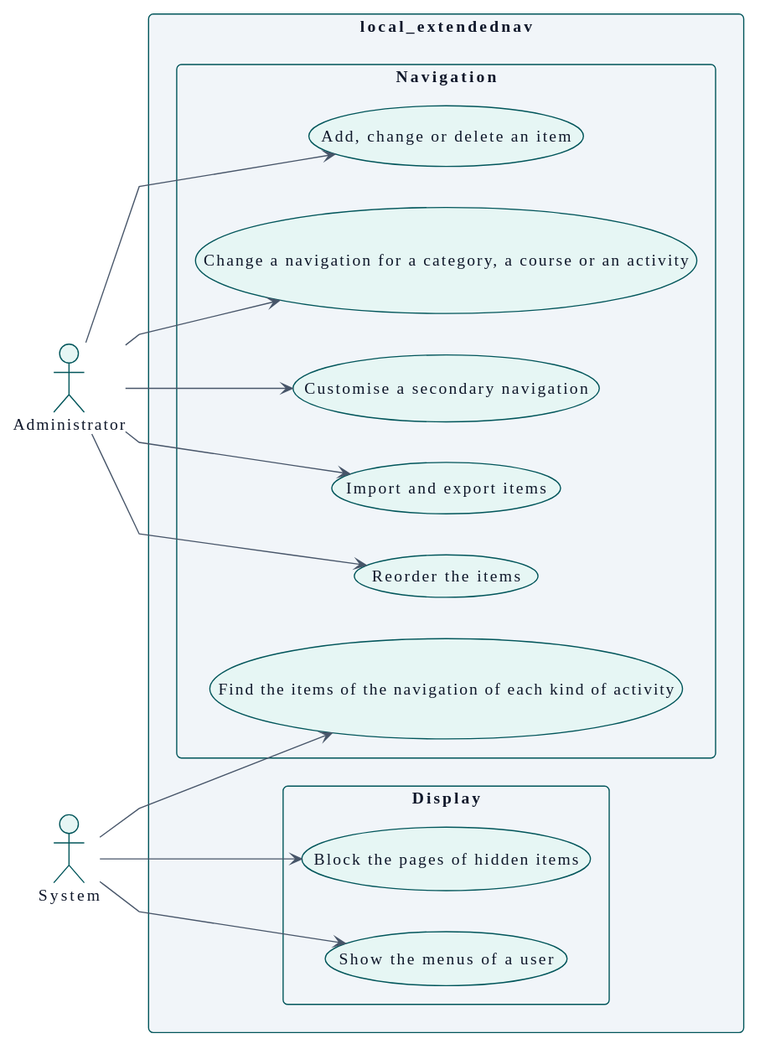
The PlantUML diagram docs/en/technical/requirements/use-case-overview.svg in didactika/moodle-local_extendednav, before a commit.
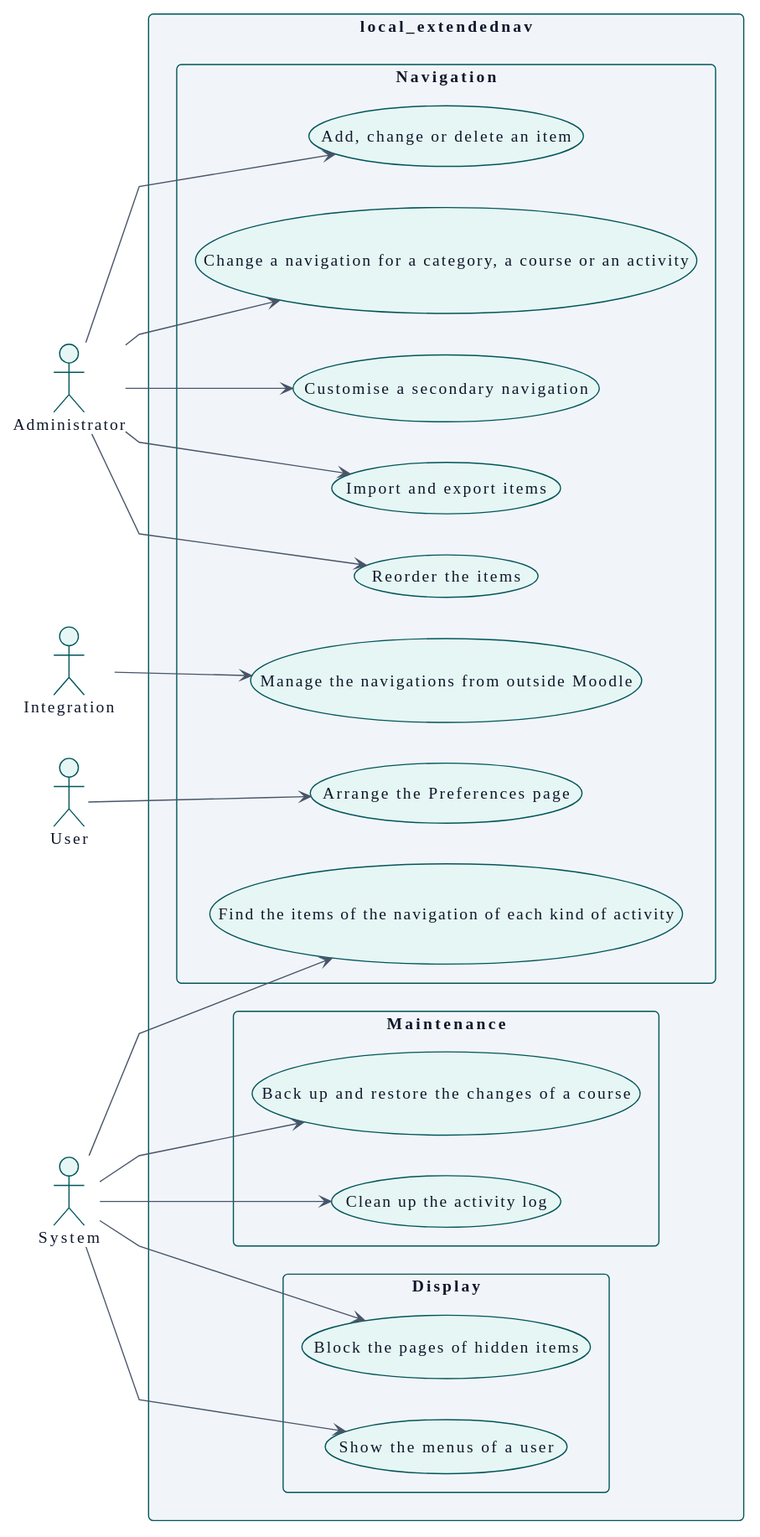
The same file after the commit.

The edit, as a diff of the source:
```diff
@@ -107,7 +107,9 @@
 left to right direction
 
 actor "Administrator" as A_Administrator
+actor "Integration" as A_Integration
 actor "System" as A_System
+actor "User" as A_User
 
 rectangle "local_extendednav" {
   package "Navigation" {
@@ -117,10 +119,16 @@
     usecase "Customise a secondary navigation" as UC_customiseSecondaryNavigation
     usecase "Change a navigation for a category, a course or an activity" as UC_setScopeException
     usecase "Find the items of the navigation of each kind of activity" as UC_discoverActivityItems
+    usecase "Arrange the Preferences page" as UC_arrangePreferences
+    usecase "Manage the navigations from outside Moodle" as UC_manageByWebService
   }
   package "Display" {
     usecase "Show the menus of a user" as UC_showMenus
     usecase "Block the pages of hidden items" as UC_blockUrl
+  }
+  package "Maintenance" {
+    usecase "Clean up the activity log" as UC_cleanActivityLog
+    usecase "Back up and restore the changes of a course" as UC_backUpChanges
   }
 }
 
@@ -132,4 +140,8 @@
 A_Administrator --> UC_customiseSecondaryNavigation
 A_Administrator --> UC_setScopeException
 A_System --> UC_discoverActivityItems
+A_User --> UC_arrangePreferences
+A_System --> UC_cleanActivityLog
+A_System --> UC_backUpChanges
+A_Integration --> UC_manageByWebService
 @enduml
```
